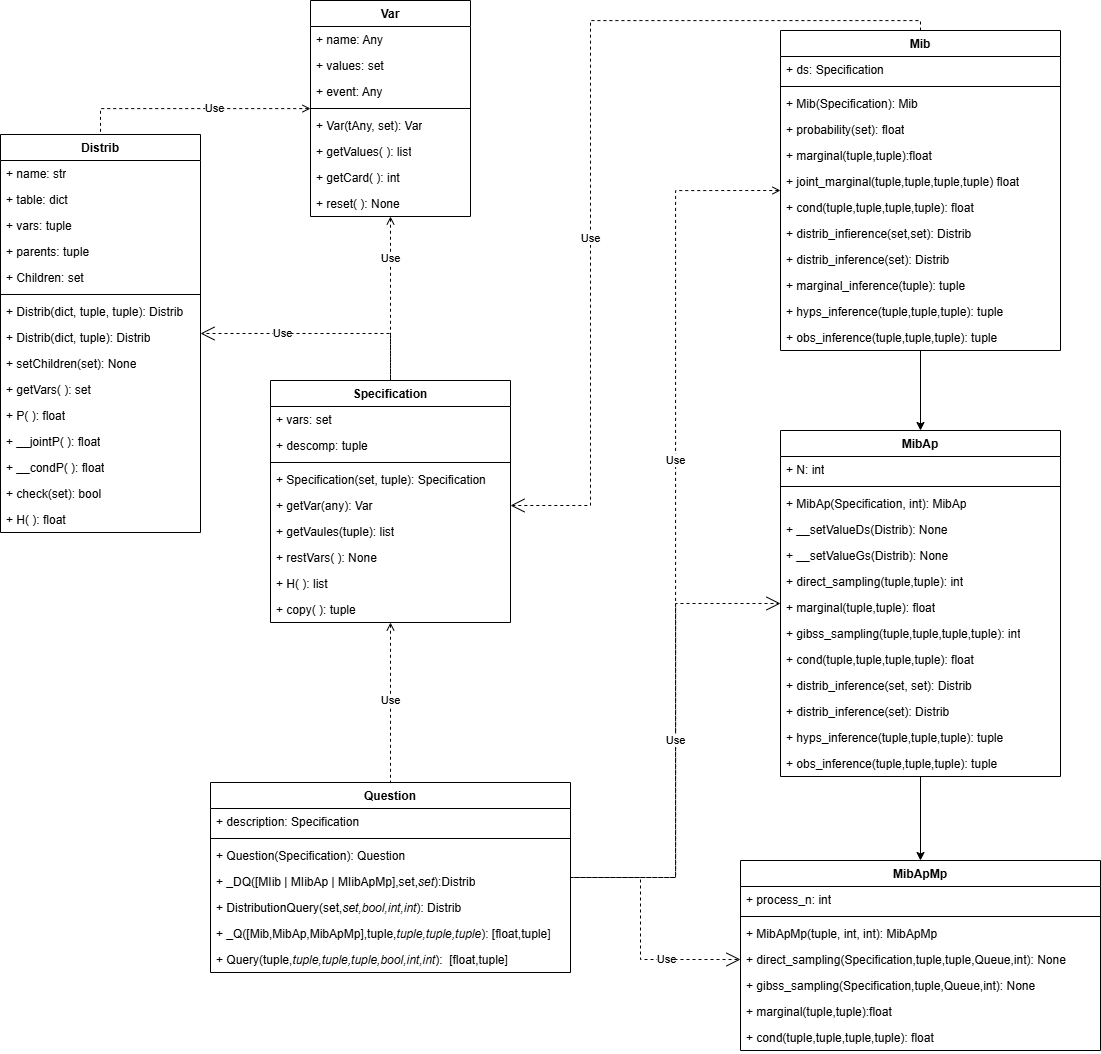
This is Imagenes/mib_v2.png from robertorys/Tesis, a draw.io export, as it was before one commit. Source tidied: cells renumbered, new cells last; positions are measured from the earlier drawing's top-left corner, leaving out a move shared by most shapes.
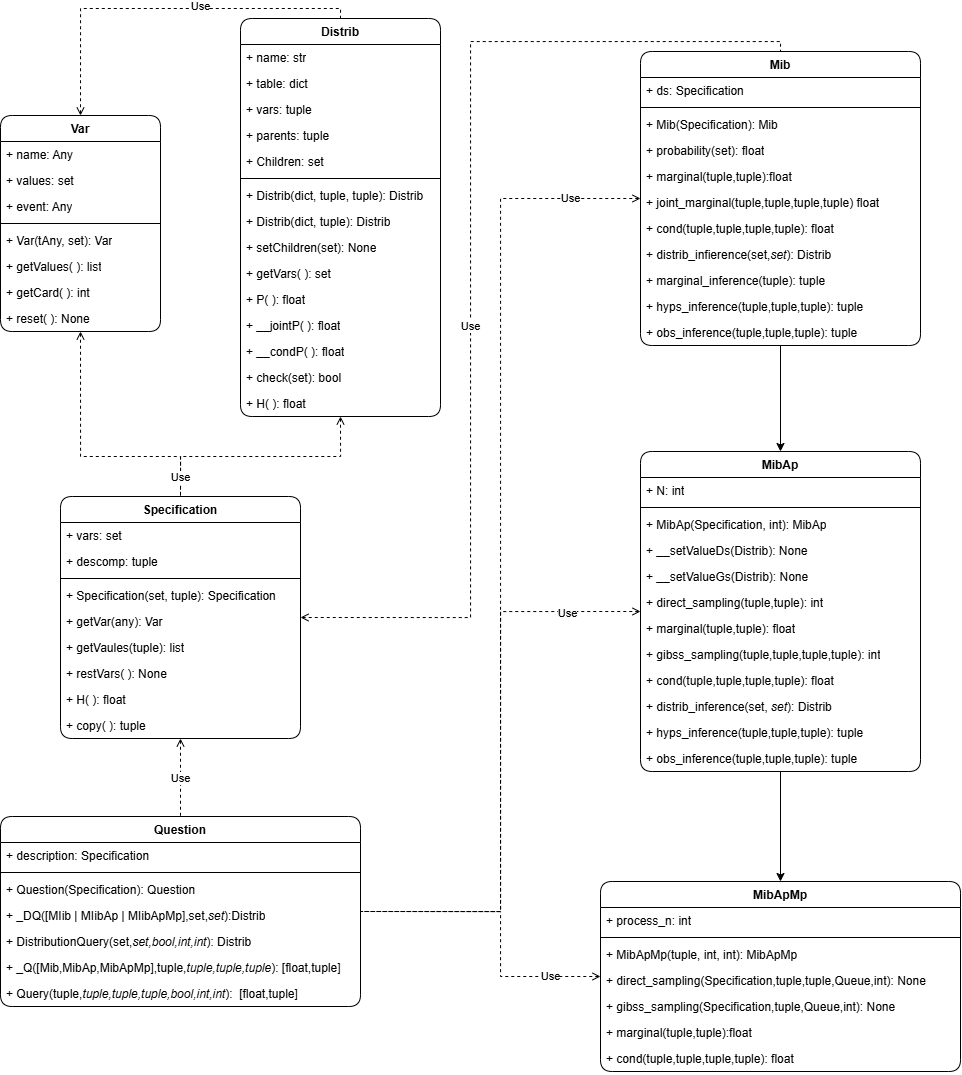
Above is the later version.

Diff of the diagram source:
```diff
@@ -4,4 +4,4 @@
     <mxCell id="1" parent="0" />
-    <mxCell id="2" value="Var" style="swimlane;fontStyle=1;align=center;verticalAlign=top;horizontal=1;startSize=26;whiteSpace=wrap;html=1;rounded=0;" parent="1" vertex="1">
-      <mxGeometry x="310" width="160" height="216" as="geometry" />
+    <mxCell id="2" value="Var" style="swimlane;fontStyle=1;align=center;verticalAlign=top;horizontal=1;startSize=26;whiteSpace=wrap;html=1;rounded=1;" parent="1" vertex="1">
+      <mxGeometry x="130" y="129" width="160" height="216" as="geometry" />
     </mxCell>
@@ -31,4 +31,4 @@
     </mxCell>
-    <mxCell id="11" value="Distrib" style="swimlane;fontStyle=1;align=center;verticalAlign=top;horizontal=1;startSize=26;whiteSpace=wrap;html=1;rounded=0;" parent="1" vertex="1">
-      <mxGeometry y="134" width="200" height="398" as="geometry" />
+    <mxCell id="11" value="Distrib" style="swimlane;fontStyle=1;align=center;verticalAlign=top;horizontal=1;startSize=26;whiteSpace=wrap;html=1;rounded=1;" parent="1" vertex="1">
+      <mxGeometry x="370" y="32" width="200" height="398" as="geometry" />
     </mxCell>
@@ -79,32 +79,2 @@
     </mxCell>
-    <mxCell id="27" value="Specification" style="swimlane;fontStyle=1;align=center;verticalAlign=top;horizontal=1;startSize=26;whiteSpace=wrap;html=1;rounded=0;" parent="1" vertex="1">
-      <mxGeometry x="270" y="380" width="240" height="242" as="geometry" />
-    </mxCell>
-    <mxCell id="28" value="+ vars: set" style="text;strokeColor=none;fillColor=none;align=left;verticalAlign=top;spacingLeft=4;spacingRight=4;overflow=hidden;whiteSpace=wrap;html=1;rounded=0;" parent="27" vertex="1">
-      <mxGeometry y="26" width="240" height="26" as="geometry" />
-    </mxCell>
-    <mxCell id="29" value="+ descomp: tuple" style="text;strokeColor=none;fillColor=none;align=left;verticalAlign=top;spacingLeft=4;spacingRight=4;overflow=hidden;whiteSpace=wrap;html=1;rounded=0;" parent="27" vertex="1">
-      <mxGeometry y="52" width="240" height="26" as="geometry" />
-    </mxCell>
-    <mxCell id="30" style="line;strokeWidth=1;fillColor=none;align=left;verticalAlign=middle;spacingTop=-1;spacingLeft=3;spacingRight=3;labelPosition=right;strokeColor=inherit;rounded=0;" parent="27" vertex="1">
-      <mxGeometry y="78" width="240" height="8" as="geometry" />
-    </mxCell>
-    <mxCell id="31" value="+ Specification(set, tuple): Specification" style="text;strokeColor=none;fillColor=none;align=left;verticalAlign=top;spacingLeft=4;spacingRight=4;overflow=hidden;whiteSpace=wrap;html=1;rounded=0;" parent="27" vertex="1">
-      <mxGeometry y="86" width="240" height="26" as="geometry" />
-    </mxCell>
-    <mxCell id="32" value="+ getVar(any): Var" style="text;strokeColor=none;fillColor=none;align=left;verticalAlign=top;spacingLeft=4;spacingRight=4;overflow=hidden;points=[[0,0.5],[1,0.5]];portConstraint=eastwest;whiteSpace=wrap;html=1;rounded=0;" parent="27" vertex="1">
-      <mxGeometry y="112" width="240" height="26" as="geometry" />
-    </mxCell>
-    <mxCell id="33" value="+ getVaules(tuple): list" style="text;strokeColor=none;fillColor=none;align=left;verticalAlign=top;spacingLeft=4;spacingRight=4;overflow=hidden;whiteSpace=wrap;html=1;rounded=0;" parent="27" vertex="1">
-      <mxGeometry y="138" width="240" height="26" as="geometry" />
-    </mxCell>
-    <mxCell id="34" value="+ restVars( ): None" style="text;strokeColor=none;fillColor=none;align=left;verticalAlign=top;spacingLeft=4;spacingRight=4;overflow=hidden;whiteSpace=wrap;html=1;rounded=0;" parent="27" vertex="1">
-      <mxGeometry y="164" width="240" height="26" as="geometry" />
-    </mxCell>
-    <mxCell id="35" value="+ H( ): list" style="text;strokeColor=none;fillColor=none;align=left;verticalAlign=top;spacingLeft=4;spacingRight=4;overflow=hidden;whiteSpace=wrap;html=1;rounded=0;" parent="27" vertex="1">
-      <mxGeometry y="190" width="240" height="26" as="geometry" />
-    </mxCell>
-    <mxCell id="36" value="+ copy( ): tuple" style="text;strokeColor=none;fillColor=none;align=left;verticalAlign=top;spacingLeft=4;spacingRight=4;overflow=hidden;whiteSpace=wrap;html=1;rounded=0;" parent="27" vertex="1">
-      <mxGeometry y="216" width="240" height="26" as="geometry" />
-    </mxCell>
     <mxCell id="37" style="edgeStyle=orthogonalEdgeStyle;rounded=0;jettySize=auto;html=1;entryX=0.5;entryY=0;entryDx=0;entryDy=0;" parent="1" edge="1" source="38" target="52">
@@ -112,4 +82,4 @@
     </mxCell>
-    <mxCell id="38" value="Mib" style="swimlane;fontStyle=1;align=center;verticalAlign=top;horizontal=1;startSize=26;whiteSpace=wrap;html=1;rounded=0;" parent="1" vertex="1">
-      <mxGeometry x="780" y="30" width="280" height="320" as="geometry" />
+    <mxCell id="38" value="Mib" style="swimlane;fontStyle=1;align=center;verticalAlign=top;horizontal=1;startSize=26;whiteSpace=wrap;html=1;rounded=1;" parent="1" vertex="1">
+      <mxGeometry x="770" y="65" width="280" height="294" as="geometry" />
     </mxCell>
@@ -136,16 +106,13 @@
     </mxCell>
-    <mxCell id="46" value="+ distrib_infierence(set,set): Distrib" style="text;strokeColor=none;fillColor=none;align=left;verticalAlign=top;spacingLeft=4;spacingRight=4;overflow=hidden;whiteSpace=wrap;html=1;rounded=0;" parent="38" vertex="1">
+    <mxCell id="46" value="+ distrib_infierence(set,&lt;i&gt;set&lt;/i&gt;): Distrib" style="text;strokeColor=none;fillColor=none;align=left;verticalAlign=top;spacingLeft=4;spacingRight=4;overflow=hidden;whiteSpace=wrap;html=1;rounded=0;" parent="38" vertex="1">
       <mxGeometry y="190" width="280" height="26" as="geometry" />
     </mxCell>
-    <mxCell id="47" value="+ distrib_inference(set): Distrib" style="text;strokeColor=none;fillColor=none;align=left;verticalAlign=top;spacingLeft=4;spacingRight=4;overflow=hidden;whiteSpace=wrap;html=1;rounded=0;" parent="38" vertex="1">
-      <mxGeometry y="216" width="280" height="26" as="geometry" />
-    </mxCell>
     <mxCell id="48" value="+ marginal_inference(tuple): tuple" style="text;strokeColor=none;fillColor=none;align=left;verticalAlign=top;spacingLeft=4;spacingRight=4;overflow=hidden;whiteSpace=wrap;html=1;rounded=0;" parent="38" vertex="1">
-      <mxGeometry y="242" width="280" height="26" as="geometry" />
+      <mxGeometry y="216" width="280" height="26" as="geometry" />
     </mxCell>
     <mxCell id="49" value="+ hyps_inference(tuple,tuple,tuple): tuple" style="text;strokeColor=none;fillColor=none;align=left;verticalAlign=top;spacingLeft=4;spacingRight=4;overflow=hidden;whiteSpace=wrap;html=1;rounded=0;" parent="38" vertex="1">
-      <mxGeometry y="268" width="280" height="26" as="geometry" />
+      <mxGeometry y="242" width="280" height="26" as="geometry" />
     </mxCell>
     <mxCell id="50" value="+ obs_inference(tuple,tuple,tuple): tuple" style="text;strokeColor=none;fillColor=none;align=left;verticalAlign=top;spacingLeft=4;spacingRight=4;overflow=hidden;whiteSpace=wrap;html=1;rounded=0;" parent="38" vertex="1">
-      <mxGeometry y="294" width="280" height="26" as="geometry" />
+      <mxGeometry y="268" width="280" height="26" as="geometry" />
     </mxCell>
@@ -154,4 +121,4 @@
     </mxCell>
-    <mxCell id="52" value="MibAp" style="swimlane;fontStyle=1;align=center;verticalAlign=top;horizontal=1;startSize=26;whiteSpace=wrap;html=1;rounded=0;" parent="1" vertex="1">
-      <mxGeometry x="780" y="430" width="280" height="346" as="geometry" />
+    <mxCell id="52" value="MibAp" style="swimlane;fontStyle=1;align=center;verticalAlign=top;horizontal=1;startSize=26;whiteSpace=wrap;html=1;rounded=1;" parent="1" vertex="1">
+      <mxGeometry x="770" y="465" width="280" height="320" as="geometry" />
     </mxCell>
@@ -184,16 +151,13 @@
     </mxCell>
-    <mxCell id="62" value="+ distrib_inference(set, set): Distrib" style="text;strokeColor=none;fillColor=none;align=left;verticalAlign=top;spacingLeft=4;spacingRight=4;overflow=hidden;whiteSpace=wrap;html=1;rounded=0;" parent="52" vertex="1">
+    <mxCell id="62" value="+ distrib_inference(set, &lt;i&gt;set&lt;/i&gt;): Distrib" style="text;strokeColor=none;fillColor=none;align=left;verticalAlign=top;spacingLeft=4;spacingRight=4;overflow=hidden;whiteSpace=wrap;html=1;rounded=0;" parent="52" vertex="1">
       <mxGeometry y="242" width="280" height="26" as="geometry" />
     </mxCell>
-    <mxCell id="63" value="+ distrib_inference(set): Distrib" style="text;strokeColor=none;fillColor=none;align=left;verticalAlign=top;spacingLeft=4;spacingRight=4;overflow=hidden;whiteSpace=wrap;html=1;rounded=0;" parent="52" vertex="1">
-      <mxGeometry y="268" width="280" height="26" as="geometry" />
-    </mxCell>
     <mxCell id="64" value="+ hyps_inference(tuple,tuple,tuple): tuple" style="text;strokeColor=none;fillColor=none;align=left;verticalAlign=top;spacingLeft=4;spacingRight=4;overflow=hidden;whiteSpace=wrap;html=1;rounded=0;" parent="52" vertex="1">
-      <mxGeometry y="294" width="280" height="26" as="geometry" />
+      <mxGeometry y="268" width="280" height="26" as="geometry" />
     </mxCell>
     <mxCell id="65" value="+ obs_inference(tuple,tuple,tuple): tuple" style="text;strokeColor=none;fillColor=none;align=left;verticalAlign=top;spacingLeft=4;spacingRight=4;overflow=hidden;whiteSpace=wrap;html=1;rounded=0;" parent="52" vertex="1">
-      <mxGeometry y="320" width="280" height="26" as="geometry" />
+      <mxGeometry y="294" width="280" height="26" as="geometry" />
     </mxCell>
-    <mxCell id="66" value="MibApMp" style="swimlane;fontStyle=1;align=center;verticalAlign=top;horizontal=1;startSize=26;whiteSpace=wrap;html=1;rounded=0;" parent="1" vertex="1">
-      <mxGeometry x="740" y="860" width="360" height="190" as="geometry" />
+    <mxCell id="66" value="MibApMp" style="swimlane;fontStyle=1;align=center;verticalAlign=top;horizontal=1;startSize=26;whiteSpace=wrap;html=1;rounded=1;" parent="1" vertex="1">
+      <mxGeometry x="730" y="895" width="360" height="190" as="geometry" />
     </mxCell>
@@ -220,4 +184,4 @@
     </mxCell>
-    <mxCell id="74" value="Question" style="swimlane;fontStyle=1;align=center;verticalAlign=top;horizontal=1;startSize=26;whiteSpace=wrap;html=1;rounded=0;" parent="1" vertex="1">
-      <mxGeometry x="210" y="782" width="360" height="190" as="geometry" />
+    <mxCell id="74" value="Question" style="swimlane;fontStyle=1;align=center;verticalAlign=top;horizontal=1;startSize=26;whiteSpace=wrap;html=1;rounded=1;" parent="1" vertex="1">
+      <mxGeometry x="130" y="830" width="360" height="190" as="geometry" />
     </mxCell>
@@ -244,43 +208,79 @@
     </mxCell>
+    <mxCell id="84" value="Use" style="endArrow=none;endSize=12;dashed=1;html=1;rounded=0;entryX=0.5;entryY=0;entryDx=0;entryDy=0;edgeStyle=orthogonalEdgeStyle;endFill=0;startArrow=open;startFill=0;" parent="1" edge="1" source="27" target="74">
+      <mxGeometry x="0.04" relative="1" as="geometry" />
+    </mxCell>
+    <mxCell id="90" style="endArrow=none;endSize=12;dashed=1;html=1;rounded=0;entryX=0.5;entryY=0;entryDx=0;entryDy=0;endFill=0;startArrow=open;startFill=0;exitX=0.5;exitY=1;exitDx=0;exitDy=0;edgeStyle=orthogonalEdgeStyle;" parent="1" edge="1" source="11" target="27">
+      <mxGeometry x="0.33" y="20" relative="1" as="geometry" />
+    </mxCell>
-    <mxCell id="82" value="Use" style="endArrow=none;endSize=12;dashed=1;html=1;rounded=0;entryX=0.5;entryY=0;entryDx=0;entryDy=0;edgeStyle=orthogonalEdgeStyle;endFill=0;startArrow=open;startFill=0;" parent="1" edge="1" source="2" target="11">
-      <mxGeometry x="-0.18" relative="1" as="geometry" />
+    <mxCell id="82" value="Use" style="endArrow=none;endSize=12;dashed=1;html=1;rounded=0;entryX=0.5;entryY=0;entryDx=0;entryDy=0;exitX=0.5;exitY=0;exitDx=0;exitDy=0;endFill=0;startArrow=open;startFill=0;flowAnimation=0;shadow=0;edgeStyle=orthogonalEdgeStyle;" parent="1" edge="1" source="2" target="11">
+      <mxGeometry x="0.2" y="2" relative="1" as="geometry">
+        <mxPoint x="1" as="offset" />
+      </mxGeometry>
     </mxCell>
-    <mxCell id="83" value="Use" style="endArrow=none;endSize=12;dashed=1;html=1;rounded=0;entryX=0.5;entryY=0;entryDx=0;entryDy=0;edgeStyle=orthogonalEdgeStyle;exitX=0.5;exitY=1;exitDx=0;exitDy=0;endFill=0;startArrow=open;startFill=0;" parent="1" edge="1" source="2" target="27">
-      <mxGeometry x="-0.5" relative="1" as="geometry" />
-    </mxCell>
-    <mxCell id="84" value="Use" style="endArrow=none;endSize=12;dashed=1;html=1;rounded=0;entryX=0.5;entryY=0;entryDx=0;entryDy=0;edgeStyle=orthogonalEdgeStyle;endFill=0;startArrow=open;startFill=0;" parent="1" edge="1" source="27" target="74">
-      <mxGeometry x="-0.02" relative="1" as="geometry" />
-    </mxCell>
-    <mxCell id="85" value="Use" style="endArrow=open;endSize=12;dashed=1;html=1;rounded=0;endFill=0;startArrow=none;startFill=0;entryX=1;entryY=0.5;entryDx=0;entryDy=0;exitX=0.5;exitY=0;exitDx=0;exitDy=0;edgeStyle=orthogonalEdgeStyle;" parent="1" edge="1" source="38" target="32">
-      <mxGeometry x="0.23" relative="1" as="geometry">
-        <Array as="points">
-          <mxPoint x="920" y="20" />
-          <mxPoint x="590" y="20" />
-          <mxPoint x="590" y="505" />
-        </Array>
-        <mxPoint y="1" as="offset" />
-      </mxGeometry>
-    </mxCell>
+    <mxCell id="91" style="endArrow=none;endSize=12;dashed=1;html=1;rounded=0;entryX=0.5;entryY=0;entryDx=0;entryDy=0;exitX=0.5;exitY=1;exitDx=0;exitDy=0;endFill=0;startArrow=open;startFill=0;flowAnimation=0;shadow=0;edgeStyle=orthogonalEdgeStyle;" parent="1" edge="1" target="27">
+      <mxGeometry x="-0.5" relative="1" as="geometry">
+        <mxPoint x="210" y="345" as="sourcePoint" />
+        <Array as="points">
+          <mxPoint x="210" y="470" />
+          <mxPoint x="310" y="470" />
+        </Array>
+      </mxGeometry>
+    </mxCell>
+    <mxCell id="92" value="Use" style="edgeLabel;html=1;align=center;verticalAlign=middle;" parent="91" vertex="1">
+      <mxGeometry x="0.85" relative="1" as="geometry">
+        <mxPoint x="-1" y="1" as="offset" />
+      </mxGeometry>
+    </mxCell>
+    <mxCell id="27" value="Specification" style="swimlane;fontStyle=1;align=center;verticalAlign=top;horizontal=1;startSize=26;whiteSpace=wrap;html=1;rounded=1;" parent="1" vertex="1">
+      <mxGeometry x="190" y="510" width="240" height="242" as="geometry" />
+    </mxCell>
+    <mxCell id="28" value="+ vars: set" style="text;strokeColor=none;fillColor=none;align=left;verticalAlign=top;spacingLeft=4;spacingRight=4;overflow=hidden;whiteSpace=wrap;html=1;rounded=0;" parent="27" vertex="1">
+      <mxGeometry y="26" width="240" height="26" as="geometry" />
+    </mxCell>
+    <mxCell id="29" value="+ descomp: tuple" style="text;strokeColor=none;fillColor=none;align=left;verticalAlign=top;spacingLeft=4;spacingRight=4;overflow=hidden;whiteSpace=wrap;html=1;rounded=0;" parent="27" vertex="1">
+      <mxGeometry y="52" width="240" height="26" as="geometry" />
+    </mxCell>
+    <mxCell id="30" style="line;strokeWidth=1;fillColor=none;align=left;verticalAlign=middle;spacingTop=-1;spacingLeft=3;spacingRight=3;labelPosition=right;strokeColor=inherit;rounded=0;" parent="27" vertex="1">
+      <mxGeometry y="78" width="240" height="8" as="geometry" />
+    </mxCell>
+    <mxCell id="31" value="+ Specification(set, tuple): Specification" style="text;strokeColor=none;fillColor=none;align=left;verticalAlign=top;spacingLeft=4;spacingRight=4;overflow=hidden;whiteSpace=wrap;html=1;rounded=0;" parent="27" vertex="1">
+      <mxGeometry y="86" width="240" height="26" as="geometry" />
+    </mxCell>
+    <mxCell id="32" value="+ getVar(any): Var" style="text;strokeColor=none;fillColor=none;align=left;verticalAlign=top;spacingLeft=4;spacingRight=4;overflow=hidden;points=[[0,0.5],[1,0.5]];portConstraint=eastwest;whiteSpace=wrap;html=1;rounded=0;" parent="27" vertex="1">
+      <mxGeometry y="112" width="240" height="26" as="geometry" />
+    </mxCell>
+    <mxCell id="33" value="+ getVaules(tuple): list" style="text;strokeColor=none;fillColor=none;align=left;verticalAlign=top;spacingLeft=4;spacingRight=4;overflow=hidden;whiteSpace=wrap;html=1;rounded=0;" parent="27" vertex="1">
+      <mxGeometry y="138" width="240" height="26" as="geometry" />
+    </mxCell>
+    <mxCell id="34" value="+ restVars( ): None" style="text;strokeColor=none;fillColor=none;align=left;verticalAlign=top;spacingLeft=4;spacingRight=4;overflow=hidden;whiteSpace=wrap;html=1;rounded=0;" parent="27" vertex="1">
+      <mxGeometry y="164" width="240" height="26" as="geometry" />
+    </mxCell>
+    <mxCell id="35" value="+ H( ): float" style="text;strokeColor=none;fillColor=none;align=left;verticalAlign=top;spacingLeft=4;spacingRight=4;overflow=hidden;whiteSpace=wrap;html=1;rounded=0;" parent="27" vertex="1">
+      <mxGeometry y="190" width="240" height="26" as="geometry" />
+    </mxCell>
+    <mxCell id="36" value="+ copy( ): tuple" style="text;strokeColor=none;fillColor=none;align=left;verticalAlign=top;spacingLeft=4;spacingRight=4;overflow=hidden;whiteSpace=wrap;html=1;rounded=0;" parent="27" vertex="1">
+      <mxGeometry y="216" width="240" height="26" as="geometry" />
+    </mxCell>
-    <mxCell id="86" value="Use" style="endArrow=none;endSize=12;dashed=1;html=1;rounded=0;endFill=0;startArrow=open;startFill=0;exitX=0;exitY=0.5;exitDx=0;exitDy=0;entryX=1;entryY=0.5;entryDx=0;entryDy=0;edgeStyle=orthogonalEdgeStyle;" parent="1" edge="1" source="38" target="74">
-      <mxGeometry x="-0.16" relative="1" as="geometry">
-        <Array as="points">
-          <mxPoint x="675" y="190" />
-          <mxPoint x="675" y="877" />
-        </Array>
+    <mxCell id="86" value="Use" style="endArrow=none;endSize=12;dashed=1;html=1;rounded=0;entryX=1;entryY=0.5;entryDx=0;entryDy=0;endFill=0;startArrow=open;startFill=0;exitX=0;exitY=0.5;exitDx=0;exitDy=0;edgeStyle=orthogonalEdgeStyle;" parent="1" edge="1" source="38" target="74">
+      <mxGeometry x="-0.86" relative="1" as="geometry">
+        <mxPoint x="1" as="offset" />
       </mxGeometry>
     </mxCell>
-    <mxCell id="87" value="Use" style="endArrow=open;endSize=12;dashed=1;html=1;rounded=0;entryX=0;entryY=0.5;entryDx=0;entryDy=0;edgeStyle=orthogonalEdgeStyle;" parent="1" edge="1" source="74" target="52">
-      <mxGeometry relative="1" as="geometry" />
-    </mxCell>
-    <mxCell id="88" value="Use" style="endArrow=open;endSize=12;dashed=1;html=1;rounded=0;entryX=0;entryY=0.5;entryDx=0;entryDy=0;exitX=1;exitY=0.5;exitDx=0;exitDy=0;edgeStyle=orthogonalEdgeStyle;" parent="1" edge="1" source="74" target="70">
-      <mxGeometry x="0.41" relative="1" as="geometry">
-        <Array as="points">
-          <mxPoint x="640" y="877" />
-          <mxPoint x="640" y="959" />
-        </Array>
-      </mxGeometry>
-    </mxCell>
-    <mxCell id="89" value="Use" style="endArrow=open;endSize=12;dashed=1;html=1;rounded=0;exitX=0.5;exitY=0;exitDx=0;exitDy=0;entryX=1;entryY=0.5;entryDx=0;entryDy=0;edgeStyle=orthogonalEdgeStyle;" parent="1" edge="1" source="27" target="11">
-      <mxGeometry x="0.31" relative="1" as="geometry" />
-    </mxCell>
+    <mxCell id="93" value="Use" style="endArrow=none;endSize=12;dashed=1;html=1;rounded=0;entryX=1;entryY=0.5;entryDx=0;entryDy=0;endFill=0;startArrow=open;startFill=0;exitX=0;exitY=0.5;exitDx=0;exitDy=0;edgeStyle=orthogonalEdgeStyle;" parent="1" edge="1" source="52" target="74">
+      <mxGeometry x="-0.75" y="2" relative="1" as="geometry">
+        <mxPoint x="-1" as="offset" />
+      </mxGeometry>
+    </mxCell>
+    <mxCell id="94" value="Use" style="endArrow=none;endSize=12;dashed=1;html=1;rounded=0;entryX=1;entryY=0.5;entryDx=0;entryDy=0;endFill=0;startArrow=open;startFill=0;exitX=0;exitY=0.5;exitDx=0;exitDy=0;edgeStyle=orthogonalEdgeStyle;" parent="1" edge="1" source="66" target="74">
+      <mxGeometry x="-0.67" relative="1" as="geometry">
+        <Array as="points">
+          <mxPoint x="630" y="990" />
+          <mxPoint x="630" y="925" />
+        </Array>
+        <mxPoint x="-1" as="offset" />
+      </mxGeometry>
+    </mxCell>
+    <mxCell id="95" value="Use" style="endArrow=none;endSize=12;dashed=1;html=1;rounded=0;endFill=0;startArrow=open;startFill=0;exitX=1;exitY=0.5;exitDx=0;exitDy=0;entryX=0.5;entryY=0;entryDx=0;entryDy=0;edgeStyle=orthogonalEdgeStyle;" parent="1" edge="1" source="27" target="38">
+      <mxGeometry x="-0.14" relative="1" as="geometry" />
+    </mxCell>
   </root>
```
